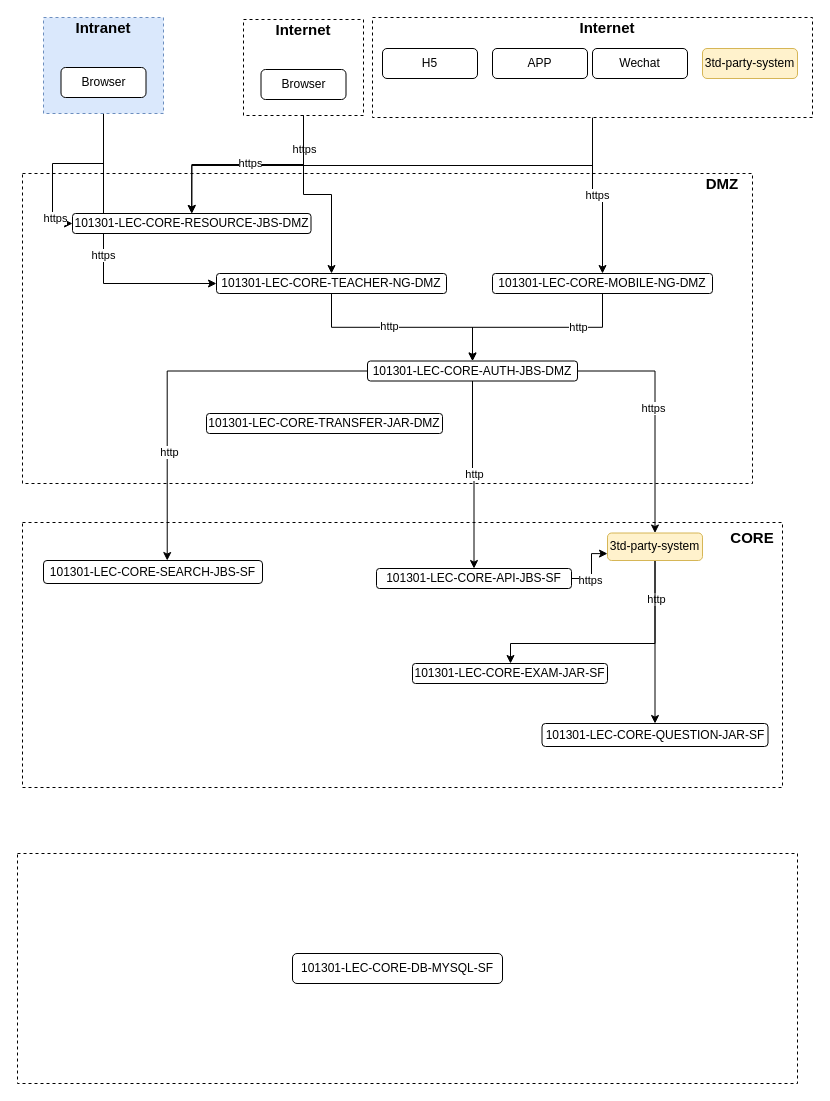
Earlier version of the draw.io diagram page "第 2 页" (2 of 2) of 部署逻辑图.drawio (rainerpiao/cloud-computing). Source tidied: cells renumbered, new cells numbered last; positions are measured from the earlier drawing's top-left corner, leaving out a move shared by most shapes. Both pictures are drawn from the tidied source at 100%, with x=0, y=0 at pixel (17, 17).
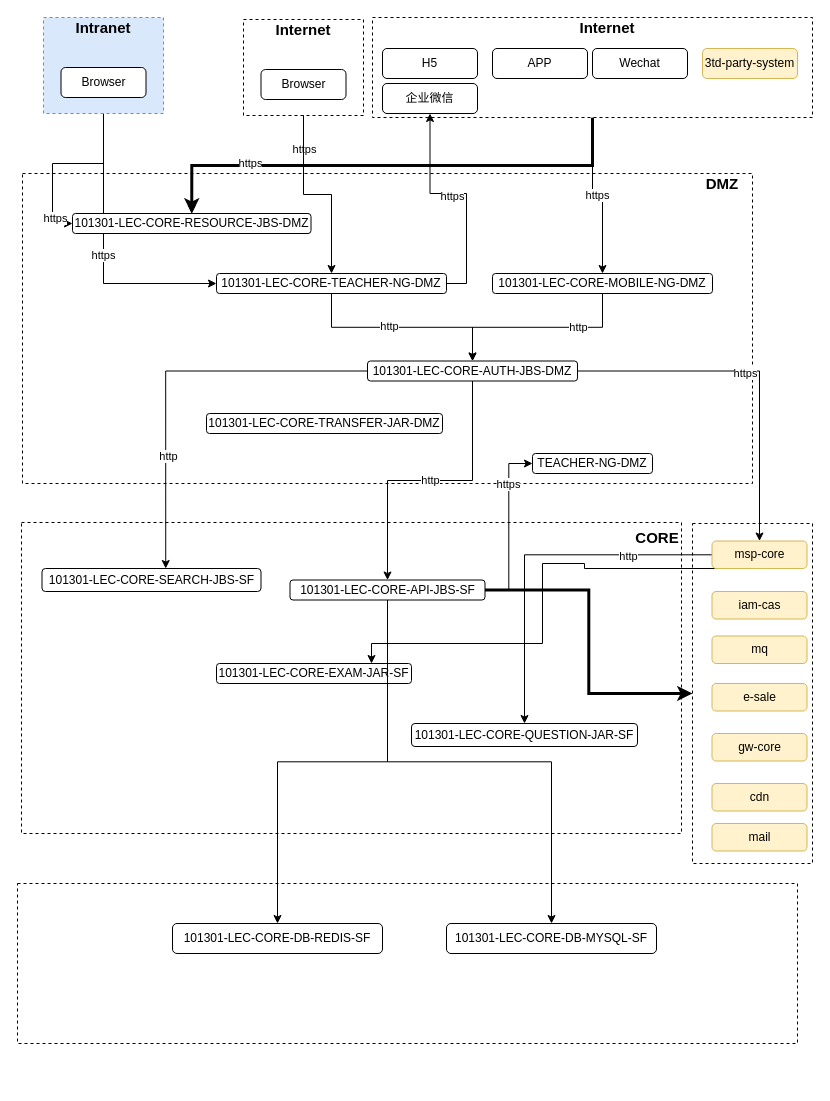
After the change.

Commit message:
更新部署逻辑图.drawio

Unchanged cells that the change refers to:
```xml
<mxCell id="7" style="rounded=0;whiteSpace=wrap;html=1;dashed=1;" parent="1" vertex="1">
  <mxGeometry x="355" width="440" height="100" as="geometry" />
</mxCell>
<mxCell id="21" value="101301-LEC-CORE-TEACHER-NG-DMZ" style="rounded=1;whiteSpace=wrap;html=1;strokeColor=default;fontFamily=Helvetica;fontSize=12;fontColor=default;fillColor=default;" parent="1" vertex="1">
  <mxGeometry x="199" y="256" width="230" height="20" as="geometry" />
</mxCell>
<mxCell id="38" value="101301-LEC-CORE-RESOURCE-JBS-DMZ" style="rounded=1;whiteSpace=wrap;html=1;strokeColor=default;fontFamily=Helvetica;fontSize=12;fontColor=default;fillColor=default;" parent="1" vertex="1">
  <mxGeometry x="55" y="196" width="238.5" height="20" as="geometry" />
</mxCell>
```

Diff of the diagram source:
```diff
@@
+    <mxCell id="53" style="rounded=0;whiteSpace=wrap;html=1;dashed=1;" parent="1" vertex="1">
+      <mxGeometry x="675" y="506" width="120" height="340" as="geometry" />
+    </mxCell>
     <mxCell id="2" style="rounded=0;whiteSpace=wrap;html=1;strokeColor=default;fontFamily=Helvetica;fontSize=12;fontColor=default;fillColor=default;dashed=1;" parent="1" vertex="1">
-      <mxGeometry x="5" y="505" width="760" height="265" as="geometry" />
+      <mxGeometry x="4" y="505" width="660" height="311" as="geometry" />
     </mxCell>
@@
-    <mxCell id="6" style="edgeStyle=orthogonalEdgeStyle;rounded=0;jettySize=auto;html=1;entryX=0.5;entryY=0;entryDx=0;entryDy=0;exitX=0.5;exitY=1;exitDx=0;exitDy=0;fillColor=#d80073;strokeColor=#030303;" parent="1" edge="1" source="7" target="38">
+    <mxCell id="6" style="edgeStyle=orthogonalEdgeStyle;rounded=0;jettySize=auto;html=1;entryX=0.5;entryY=0;entryDx=0;entryDy=0;exitX=0.5;exitY=1;exitDx=0;exitDy=0;fillColor=#d80073;strokeColor=#030303;strokeWidth=3;" parent="1" edge="1" source="7" target="38">
       <mxGeometry relative="1" as="geometry" />
     </mxCell>
@@
     <mxCell id="8" style="rounded=0;whiteSpace=wrap;html=1;dashed=1;" parent="1" vertex="1">
-      <mxGeometry y="836" width="780" height="230" as="geometry" />
+      <mxGeometry y="866" width="780" height="160" as="geometry" />
     </mxCell>
@@
+    <mxCell id="54" style="edgeStyle=orthogonalEdgeStyle;rounded=0;jettySize=auto;html=1;entryX=0.5;entryY=1;entryDx=0;entryDy=0;exitX=1;exitY=0.5;exitDx=0;exitDy=0;" parent="1" edge="1" source="21" target="62">
+      <mxGeometry relative="1" as="geometry" />
+    </mxCell>
+    <mxCell id="55" value="https" style="edgeLabel;html=1;align=center;verticalAlign=middle;" parent="54" vertex="1">
+      <mxGeometry x="0.1" y="2" relative="1" as="geometry" />
+    </mxCell>
@@
     <mxCell id="31" value="&lt;b&gt;&lt;font style=&quot;font-size: 15px;&quot;&gt;CORE&lt;/font&gt;&lt;/b&gt;" style="text;html=1;strokeColor=none;fillColor=none;align=center;verticalAlign=middle;whiteSpace=wrap;rounded=0;fontSize=12;fontFamily=Helvetica;fontColor=default;" parent="1" vertex="1">
-      <mxGeometry x="705" y="505" width="60" height="30" as="geometry" />
+      <mxGeometry x="610" y="505" width="60" height="30" as="geometry" />
     </mxCell>
     <mxCell id="32" value="101301-LEC-CORE-EXAM-JAR-SF" style="rounded=1;whiteSpace=wrap;html=1;strokeColor=default;fontFamily=Helvetica;fontSize=12;fontColor=default;fillColor=default;" parent="1" vertex="1">
-      <mxGeometry x="395" y="646" width="195" height="20" as="geometry" />
+      <mxGeometry x="199" y="646" width="195" height="20" as="geometry" />
     </mxCell>
     <mxCell id="33" value="101301-LEC-CORE-DB-MYSQL-SF" style="rounded=1;whiteSpace=wrap;html=1;strokeColor=default;fontFamily=Helvetica;fontSize=12;fontColor=default;fillColor=default;" parent="1" vertex="1">
-      <mxGeometry x="275" y="936" width="210" height="30" as="geometry" />
+      <mxGeometry x="429" y="906" width="210" height="30" as="geometry" />
     </mxCell>
     <mxCell id="34" value="101301-LEC-CORE-SEARCH-JBS-SF" style="rounded=1;whiteSpace=wrap;html=1;strokeColor=default;fontFamily=Helvetica;fontSize=12;fontColor=default;fillColor=default;" parent="1" vertex="1">
-      <mxGeometry x="26" y="543" width="219" height="23" as="geometry" />
+      <mxGeometry x="24.5" y="551" width="219" height="23" as="geometry" />
     </mxCell>
-    <mxCell id="35" style="edgeStyle=orthogonalEdgeStyle;rounded=0;jettySize=auto;html=1;entryX=0;entryY=0.75;entryDx=0;entryDy=0;" parent="1" edge="1" source="37" target="52">
-      <mxGeometry relative="1" as="geometry" />
-    </mxCell>
-    <mxCell id="36" value="https" style="edgeLabel;html=1;align=center;verticalAlign=middle;" parent="35" vertex="1">
-      <mxGeometry x="-0.41" y="-1" relative="1" as="geometry" />
-    </mxCell>
+    <mxCell id="56" style="edgeStyle=orthogonalEdgeStyle;rounded=0;jettySize=auto;html=1;entryX=0;entryY=0.5;entryDx=0;entryDy=0;" parent="1" edge="1" source="37" target="63">
+      <mxGeometry relative="1" as="geometry" />
+    </mxCell>
+    <mxCell id="57" value="https" style="edgeLabel;html=1;align=center;verticalAlign=middle;" parent="56" vertex="1">
+      <mxGeometry x="0.49" y="1" relative="1" as="geometry" />
+    </mxCell>
+    <mxCell id="58" style="edgeStyle=orthogonalEdgeStyle;rounded=0;jettySize=auto;html=1;" parent="1" edge="1" source="37" target="33">
+      <mxGeometry relative="1" as="geometry" />
+    </mxCell>
+    <mxCell id="59" style="edgeStyle=orthogonalEdgeStyle;rounded=0;jettySize=auto;html=1;" parent="1" edge="1" source="37" target="66">
+      <mxGeometry relative="1" as="geometry" />
+    </mxCell>
+    <mxCell id="60" style="edgeStyle=orthogonalEdgeStyle;rounded=0;jettySize=auto;html=1;strokeWidth=3;" parent="1" edge="1" source="37" target="53">
+      <mxGeometry relative="1" as="geometry" />
+    </mxCell>
     <mxCell id="37" value="101301-LEC-CORE-API-JBS-SF" style="rounded=1;whiteSpace=wrap;html=1;strokeColor=default;fontFamily=Helvetica;fontSize=12;fontColor=default;fillColor=default;" parent="1" vertex="1">
-      <mxGeometry x="359" y="551" width="195" height="20" as="geometry" />
+      <mxGeometry x="272.5" y="562.5" width="195" height="20" as="geometry" />
     </mxCell>
@@
     <mxCell id="40" value="101301-LEC-CORE-QUESTION-JAR-SF" style="rounded=1;whiteSpace=wrap;html=1;strokeColor=default;fontFamily=Helvetica;fontSize=12;fontColor=default;fillColor=default;" parent="1" vertex="1">
-      <mxGeometry x="524.5" y="706" width="226" height="23" as="geometry" />
+      <mxGeometry x="394" y="706" width="226" height="23" as="geometry" />
     </mxCell>
@@
     <mxCell id="51" style="edgeStyle=orthogonalEdgeStyle;rounded=0;jettySize=auto;html=1;exitX=0.5;exitY=1;exitDx=0;exitDy=0;" parent="1" edge="1" source="52" target="32">
       <mxGeometry relative="1" as="geometry">
         <Array as="points">
-          <mxPoint x="638" y="626" />
-          <mxPoint x="493" y="626" />
+          <mxPoint x="567" y="546" />
+          <mxPoint x="525" y="546" />
+          <mxPoint x="525" y="626" />
+          <mxPoint x="354" y="626" />
         </Array>
       </mxGeometry>
     </mxCell>
-    <mxCell id="52" value="3td-party-system" style="rounded=1;whiteSpace=wrap;html=1;strokeColor=#d6b656;fontFamily=Helvetica;fontSize=12;fillColor=#fff2cc;" parent="1" vertex="1">
-      <mxGeometry x="590" y="515.5" width="95" height="27.5" as="geometry" />
+    <mxCell id="52" value="msp-core" style="rounded=1;whiteSpace=wrap;html=1;strokeColor=#d6b656;fontFamily=Helvetica;fontSize=12;fillColor=#fff2cc;" parent="1" vertex="1">
+      <mxGeometry x="694.5" y="523.5" width="95" height="27.5" as="geometry" />
     </mxCell>
+    <mxCell id="61" value="e-sale" style="rounded=1;whiteSpace=wrap;html=1;strokeColor=#d6b656;fontFamily=Helvetica;fontSize=12;fillColor=#fff2cc;" parent="1" vertex="1">
+      <mxGeometry x="694.5" y="666" width="95" height="27.5" as="geometry" />
+    </mxCell>
+    <mxCell id="62" value="企业微信" style="rounded=1;whiteSpace=wrap;html=1;strokeColor=default;fontFamily=Helvetica;fontSize=12;fontColor=default;fillColor=default;" parent="1" vertex="1">
+      <mxGeometry x="365" y="66" width="95" height="30" as="geometry" />
+    </mxCell>
+    <mxCell id="63" value="TEACHER-NG-DMZ" style="rounded=1;whiteSpace=wrap;html=1;strokeColor=default;fontFamily=Helvetica;fontSize=12;fontColor=default;fillColor=default;" parent="1" vertex="1">
+      <mxGeometry x="515" y="436" width="120" height="20" as="geometry" />
+    </mxCell>
+    <mxCell id="64" value="iam-cas" style="rounded=1;whiteSpace=wrap;html=1;strokeColor=#d6b656;fontFamily=Helvetica;fontSize=12;fillColor=#fff2cc;" parent="1" vertex="1">
+      <mxGeometry x="694.5" y="574" width="95" height="27.5" as="geometry" />
+    </mxCell>
+    <mxCell id="65" value="mq" style="rounded=1;whiteSpace=wrap;html=1;strokeColor=#d6b656;fontFamily=Helvetica;fontSize=12;fillColor=#fff2cc;" parent="1" vertex="1">
+      <mxGeometry x="694.5" y="618.5" width="95" height="27.5" as="geometry" />
+    </mxCell>
+    <mxCell id="66" value="101301-LEC-CORE-DB-REDIS-SF" style="rounded=1;whiteSpace=wrap;html=1;strokeColor=default;fontFamily=Helvetica;fontSize=12;fontColor=default;fillColor=default;" parent="1" vertex="1">
+      <mxGeometry x="155" y="906" width="210" height="30" as="geometry" />
+    </mxCell>
+    <mxCell id="67" value="gw-core" style="rounded=1;whiteSpace=wrap;html=1;strokeColor=#d6b656;fontFamily=Helvetica;fontSize=12;fillColor=#fff2cc;" parent="1" vertex="1">
+      <mxGeometry x="694.5" y="716" width="95" height="27.5" as="geometry" />
+    </mxCell>
+    <mxCell id="68" value="cdn" style="rounded=1;whiteSpace=wrap;html=1;strokeColor=#d6b656;fontFamily=Helvetica;fontSize=12;fillColor=#fff2cc;" parent="1" vertex="1">
+      <mxGeometry x="694.5" y="766" width="95" height="27.5" as="geometry" />
+    </mxCell>
+    <mxCell id="69" value="mail" style="rounded=1;whiteSpace=wrap;html=1;strokeColor=#d6b656;fontFamily=Helvetica;fontSize=12;fillColor=#fff2cc;" parent="1" vertex="1">
+      <mxGeometry x="694.5" y="806" width="95" height="27.5" as="geometry" />
+    </mxCell>
```
